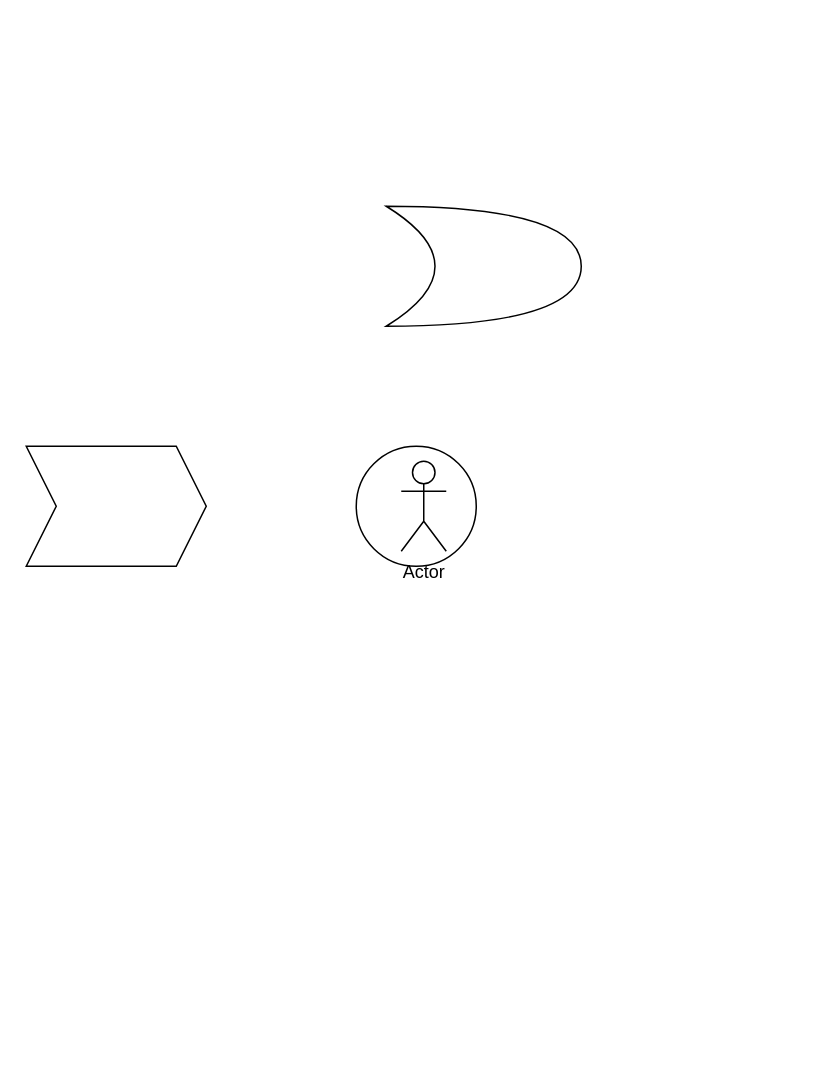
Earlier version of the draw.io diagram Диаграмма без названия.drawio (SerzhIN/Diagramms). Source tidied: cells renumbered, new cells numbered last; positions are measured from the earlier drawing's top-left corner, leaving out a move shared by most shapes. Both pictures are drawn from the tidied source at 150%, with x=0, y=0 at pixel (26, 206).
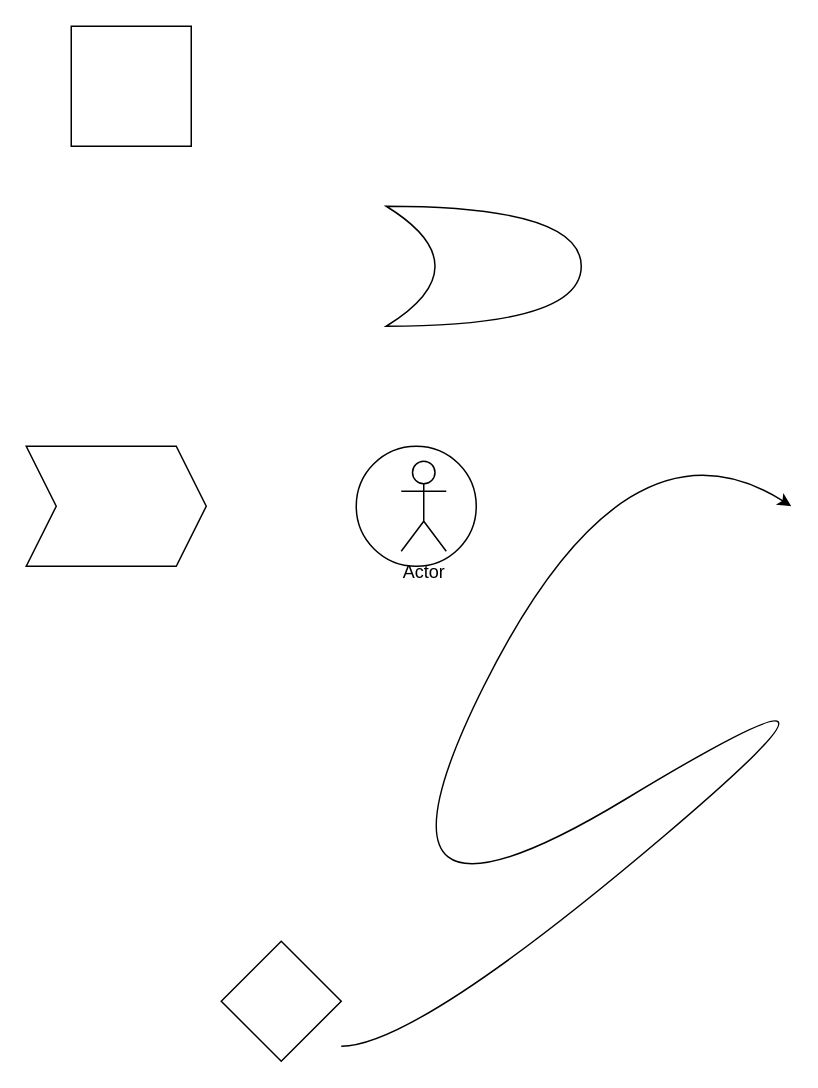
The same diagram, later.

Diff of the diagram source:
```diff
@@
 <mxGraphModel>
   <root>
     <mxCell id="0" />
     <mxCell id="1" parent="0" />
     <mxCell id="2" style="ellipse;whiteSpace=wrap;html=1;" parent="1" vertex="1">
       <mxGeometry x="220" y="160" width="80" height="80" as="geometry" />
     </mxCell>
     <mxCell id="3" style="shape=step;perimeter=stepPerimeter;whiteSpace=wrap;html=1;fixedSize=1;" parent="1" vertex="1">
       <mxGeometry y="160" width="120" height="80" as="geometry" />
     </mxCell>
     <mxCell id="4" value="Actor" style="shape=umlActor;verticalLabelPosition=bottom;verticalAlign=top;html=1;" parent="1" vertex="1">
       <mxGeometry x="250" y="170" width="30" height="60" as="geometry" />
     </mxCell>
     <mxCell id="5" style="shape=xor;whiteSpace=wrap;html=1;" parent="1" vertex="1">
       <mxGeometry x="240" width="130" height="80" as="geometry" />
     </mxCell>
+    <mxCell id="6" style="whiteSpace=wrap;html=1;" parent="1" vertex="1">
+      <mxGeometry x="30" y="-120" width="80" height="80" as="geometry" />
+    </mxCell>
+    <mxCell id="7" style="rhombus;whiteSpace=wrap;html=1;" parent="1" vertex="1">
+      <mxGeometry x="130" y="490" width="80" height="80" as="geometry" />
+    </mxCell>
+    <mxCell id="8" style="curved=1;endArrow=classic;html=1;rounded=0;" parent="1" edge="1">
+      <mxGeometry relative="1" as="geometry">
+        <mxPoint x="210" y="560" as="sourcePoint" />
+        <mxPoint x="510" y="200" as="targetPoint" />
+        <Array as="points">
+          <mxPoint x="260" y="560" />
+          <mxPoint x="590" y="280" />
+          <mxPoint x="210" y="510" />
+          <mxPoint x="400" y="130" />
+        </Array>
+      </mxGeometry>
+    </mxCell>
   </root>
 </mxGraphModel>
```
